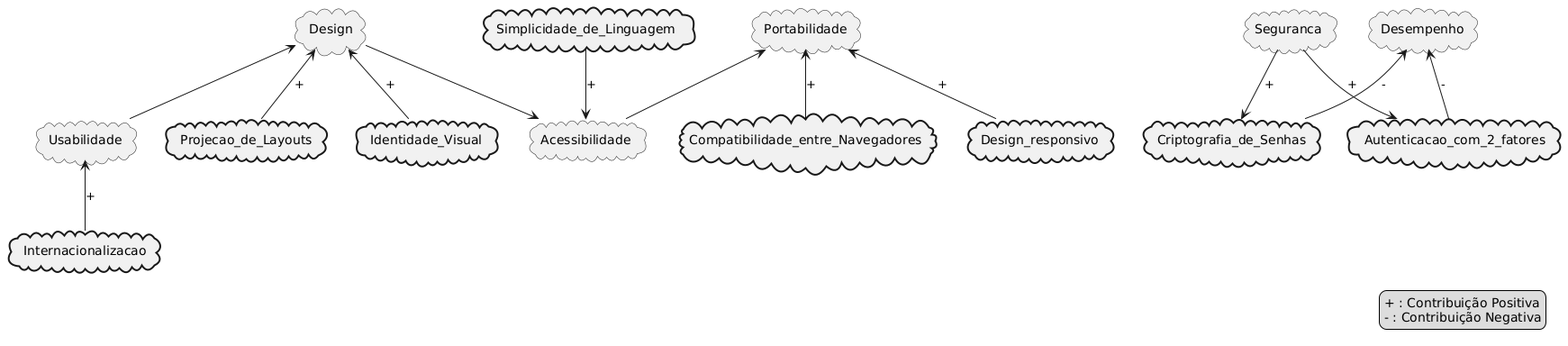
LuizaMaluf/req_Canva_2024.1 keeps this PlantUML diagram as docs/images/nfr-framework/v1.0/geral.png. Above is the earlier version. Its diagram source:
```plantuml
@startuml
!define softgoal(name) cloud name
!define op(name) cloud #line.bold;  name

softgoal(Design) as design
softgoal(Usabilidade) as usabilidade
softgoal(Acessibilidade) as acessibilidade
op(Simplicidade_de_Linguagem) as linguagem
softgoal(Portabilidade) as portabilidade
op(Compatibilidade_entre_Navegadores) as compatibilidade
op(Projecao_de_Layouts) as layouts
op(Identidade_Visual) as identidade
op(Internacionalizacao) as internacionalizacao
softgoal(Seguranca) as seguranca
op(Criptografia_de_Senhas) as criptografia
softgoal(Desempenho) as desempenho
op(Autenticacao_com_2_fatores) as autenticacao
op(Design_responsivo) as responsivo

design <-- usabilidade
design --> acessibilidade
design <-- layouts : +
design <-- identidade : +

usabilidade <-- internacionalizacao : +



portabilidade <-- acessibilidade
portabilidade <-- compatibilidade : +
portabilidade <-- responsivo : +


linguagem --> acessibilidade : +

seguranca --> autenticacao : +
seguranca --> criptografia : +

desempenho <-- criptografia: -
desempenho <-- autenticacao : -


legend right
+ : Contribuição Positiva
- : Contribuição Negativa
endlegend
@enduml
```
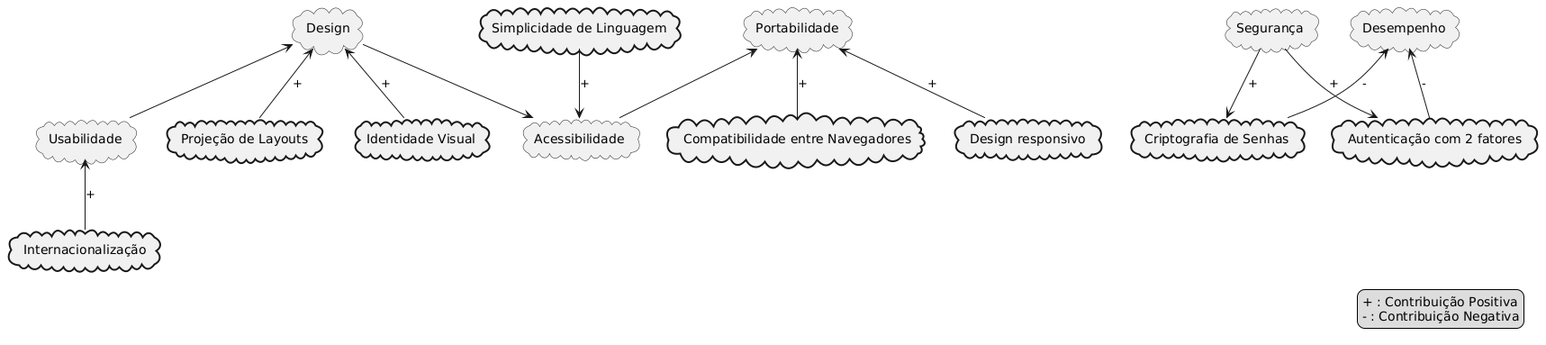
After the change.

Change to the diagram source:
```diff
@@ -1,21 +1,21 @@
 @startuml
-!define softgoal(name) cloud name
-!define op(name) cloud #line.bold;  name
+!define softgoal(name) cloud "name"
+!define op(name) cloud #line.bold;  "name"
 
 softgoal(Design) as design
 softgoal(Usabilidade) as usabilidade
 softgoal(Acessibilidade) as acessibilidade
-op(Simplicidade_de_Linguagem) as linguagem
+op(Simplicidade de Linguagem) as linguagem
 softgoal(Portabilidade) as portabilidade
-op(Compatibilidade_entre_Navegadores) as compatibilidade
-op(Projecao_de_Layouts) as layouts
-op(Identidade_Visual) as identidade
-op(Internacionalizacao) as internacionalizacao
-softgoal(Seguranca) as seguranca
-op(Criptografia_de_Senhas) as criptografia
+op(Compatibilidade entre Navegadores) as compatibilidade
+op(Projeção de Layouts) as layouts
+op(Identidade Visual) as identidade
+op(Internacionalização) as internacionalizacao
+softgoal(Segurança) as seguranca
+op(Criptografia de Senhas) as criptografia
 softgoal(Desempenho) as desempenho
-op(Autenticacao_com_2_fatores) as autenticacao
-op(Design_responsivo) as responsivo
+op(Autenticação com 2 fatores) as autenticacao
+op(Design responsivo) as responsivo
 
 design <-- usabilidade
 design --> acessibilidade
```
